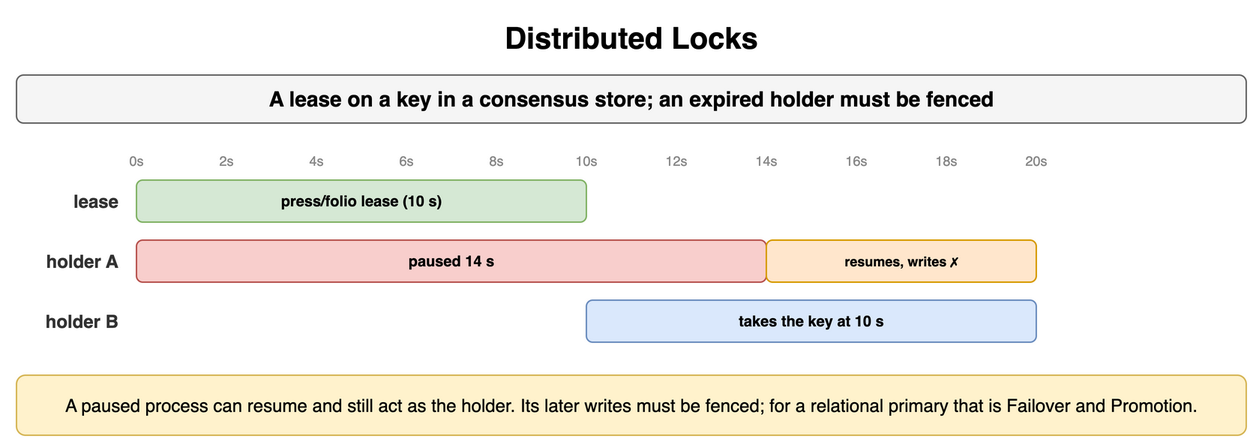
Before: content/09_System_Design_Interview/16_Transactions_and_Concurrency_Control/diagrams/transactions-8-distributed-locks.png, a diagram exported from draw.io (amendez13/swe-study-guide). Source tidied: cells renumbered, new cells last; positions are measured from the earlier drawing's top-left corner, leaving out a move shared by most shapes. Its diagram source:
```xml
<mxGraphModel>
  <root>
    <mxCell id="0" />
    <mxCell id="1" parent="0" />
    <mxCell id="2" value="Distributed Locks" style="text;html=1;align=center;verticalAlign=middle;whiteSpace=wrap;fontSize=20;fontStyle=1;" parent="1" vertex="1">
      <mxGeometry width="820" height="30" as="geometry" />
    </mxCell>
    <mxCell id="3" value="A lease on a key in a consensus store; an expired holder must be fenced" style="rounded=1;whiteSpace=wrap;html=1;fillColor=#f5f5f5;strokeColor=#666666;fontStyle=1;fontSize=14;" parent="1" vertex="1">
      <mxGeometry y="40" width="820" height="32" as="geometry" />
    </mxCell>
    <mxCell id="4" value="0s" style="text;html=1;whiteSpace=wrap;fontSize=11;align=center;verticalAlign=middle;fontSize=9;fontColor=#888;" parent="1" vertex="1">
      <mxGeometry x="68" y="90" width="24" height="14" as="geometry" />
    </mxCell>
    <mxCell id="5" value="2s" style="text;html=1;whiteSpace=wrap;fontSize=11;align=center;verticalAlign=middle;fontSize=9;fontColor=#888;" parent="1" vertex="1">
      <mxGeometry x="128" y="90" width="24" height="14" as="geometry" />
    </mxCell>
    <mxCell id="6" value="4s" style="text;html=1;whiteSpace=wrap;fontSize=11;align=center;verticalAlign=middle;fontSize=9;fontColor=#888;" parent="1" vertex="1">
      <mxGeometry x="188" y="90" width="24" height="14" as="geometry" />
    </mxCell>
    <mxCell id="7" value="6s" style="text;html=1;whiteSpace=wrap;fontSize=11;align=center;verticalAlign=middle;fontSize=9;fontColor=#888;" parent="1" vertex="1">
      <mxGeometry x="248" y="90" width="24" height="14" as="geometry" />
    </mxCell>
    <mxCell id="8" value="8s" style="text;html=1;whiteSpace=wrap;fontSize=11;align=center;verticalAlign=middle;fontSize=9;fontColor=#888;" parent="1" vertex="1">
      <mxGeometry x="308" y="90" width="24" height="14" as="geometry" />
    </mxCell>
    <mxCell id="9" value="10s" style="text;html=1;whiteSpace=wrap;fontSize=11;align=center;verticalAlign=middle;fontSize=9;fontColor=#888;" parent="1" vertex="1">
      <mxGeometry x="368" y="90" width="24" height="14" as="geometry" />
    </mxCell>
    <mxCell id="10" value="12s" style="text;html=1;whiteSpace=wrap;fontSize=11;align=center;verticalAlign=middle;fontSize=9;fontColor=#888;" parent="1" vertex="1">
      <mxGeometry x="428" y="90" width="24" height="14" as="geometry" />
    </mxCell>
    <mxCell id="11" value="14s" style="text;html=1;whiteSpace=wrap;fontSize=11;align=center;verticalAlign=middle;fontSize=9;fontColor=#888;" parent="1" vertex="1">
      <mxGeometry x="488" y="90" width="24" height="14" as="geometry" />
    </mxCell>
    <mxCell id="12" value="16s" style="text;html=1;whiteSpace=wrap;fontSize=11;align=center;verticalAlign=middle;fontSize=9;fontColor=#888;" parent="1" vertex="1">
      <mxGeometry x="548" y="90" width="24" height="14" as="geometry" />
    </mxCell>
    <mxCell id="13" value="18s" style="text;html=1;whiteSpace=wrap;fontSize=11;align=center;verticalAlign=middle;fontSize=9;fontColor=#888;" parent="1" vertex="1">
      <mxGeometry x="608" y="90" width="24" height="14" as="geometry" />
    </mxCell>
    <mxCell id="14" value="20s" style="text;html=1;whiteSpace=wrap;fontSize=11;align=center;verticalAlign=middle;fontSize=9;fontColor=#888;" parent="1" vertex="1">
      <mxGeometry x="668" y="90" width="24" height="14" as="geometry" />
    </mxCell>
    <mxCell id="15" value="lease" style="text;html=1;whiteSpace=wrap;fontSize=11;align=right;verticalAlign=middle;fontSize=12;fontColor=#333333;fontStyle=1;" parent="1" vertex="1">
      <mxGeometry y="110" width="70" height="28" as="geometry" />
    </mxCell>
    <mxCell id="16" value="press/folio lease (10 s)" style="rounded=1;whiteSpace=wrap;html=1;fillColor=#d5e8d4;strokeColor=#82b366;fontSize=10;align=center;fontStyle=1;" parent="1" vertex="1">
      <mxGeometry x="80" y="110" width="300" height="28" as="geometry" />
    </mxCell>
    <mxCell id="17" value="holder A" style="text;html=1;whiteSpace=wrap;fontSize=11;align=right;verticalAlign=middle;fontSize=12;fontColor=#333333;fontStyle=1;" parent="1" vertex="1">
      <mxGeometry y="150" width="70" height="28" as="geometry" />
    </mxCell>
    <mxCell id="18" value="paused 14 s" style="rounded=1;whiteSpace=wrap;html=1;fillColor=#f8cecc;strokeColor=#b85450;fontSize=10;align=center;fontStyle=1;" parent="1" vertex="1">
      <mxGeometry x="80" y="150" width="420" height="28" as="geometry" />
    </mxCell>
    <mxCell id="19" value="resumes, writes ✗" style="rounded=1;whiteSpace=wrap;html=1;fillColor=#ffe6cc;strokeColor=#d79b00;fontSize=9;align=center;fontStyle=1;" parent="1" vertex="1">
      <mxGeometry x="500" y="150" width="180" height="28" as="geometry" />
    </mxCell>
    <mxCell id="20" value="holder B" style="text;html=1;whiteSpace=wrap;fontSize=11;align=right;verticalAlign=middle;fontSize=12;fontColor=#333333;fontStyle=1;" parent="1" vertex="1">
      <mxGeometry y="190" width="70" height="28" as="geometry" />
    </mxCell>
    <mxCell id="21" value="takes the key at 10 s" style="rounded=1;whiteSpace=wrap;html=1;fillColor=#dae8fc;strokeColor=#6c8ebf;fontSize=10;align=center;fontStyle=1;" parent="1" vertex="1">
      <mxGeometry x="380" y="190" width="300" height="28" as="geometry" />
    </mxCell>
    <mxCell id="22" value="A paused process can resume and still act as the holder. Its later writes must be fenced; for a relational primary that is Failover and Promotion." style="rounded=1;whiteSpace=wrap;html=1;fillColor=#fff2cc;strokeColor=#d6b656;fontSize=12;align=center;" parent="1" vertex="1">
      <mxGeometry y="240" width="820" height="40" as="geometry" />
    </mxCell>
  </root>
</mxGraphModel>
```
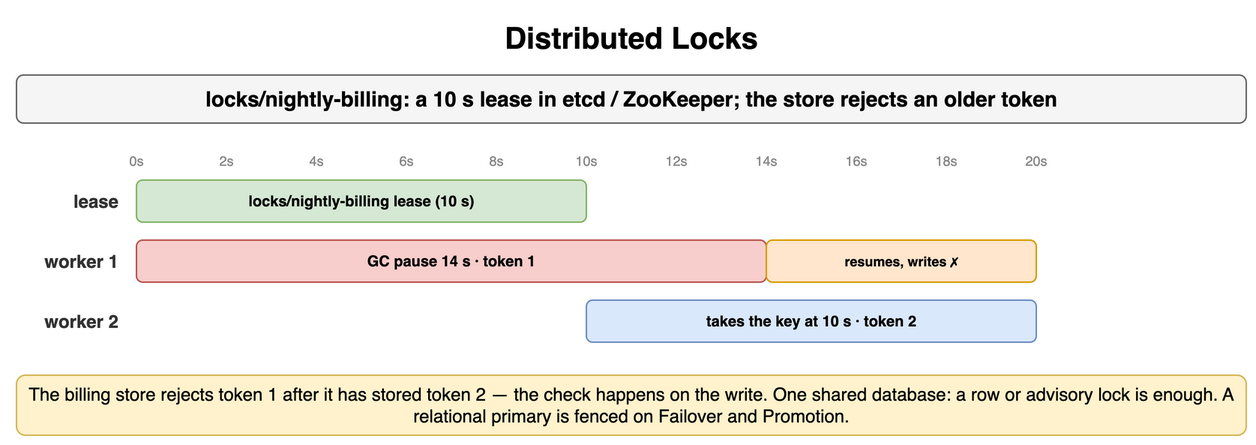
The same diagram one commit later.

The edit, as a diff of the source:
```diff
@@ -5,7 +5,7 @@
     <mxCell id="2" value="Distributed Locks" style="text;html=1;align=center;verticalAlign=middle;whiteSpace=wrap;fontSize=20;fontStyle=1;" parent="1" vertex="1">
       <mxGeometry width="820" height="30" as="geometry" />
     </mxCell>
-    <mxCell id="3" value="A lease on a key in a consensus store; an expired holder must be fenced" style="rounded=1;whiteSpace=wrap;html=1;fillColor=#f5f5f5;strokeColor=#666666;fontStyle=1;fontSize=14;" parent="1" vertex="1">
+    <mxCell id="3" value="locks/nightly-billing: a 10 s lease in etcd / ZooKeeper; the store rejects an older token" style="rounded=1;whiteSpace=wrap;html=1;fillColor=#f5f5f5;strokeColor=#666666;fontStyle=1;fontSize=14;" parent="1" vertex="1">
       <mxGeometry y="40" width="820" height="32" as="geometry" />
     </mxCell>
     <mxCell id="4" value="0s" style="text;html=1;whiteSpace=wrap;fontSize=11;align=center;verticalAlign=middle;fontSize=9;fontColor=#888;" parent="1" vertex="1">
@@ -44,25 +44,25 @@
     <mxCell id="15" value="lease" style="text;html=1;whiteSpace=wrap;fontSize=11;align=right;verticalAlign=middle;fontSize=12;fontColor=#333333;fontStyle=1;" parent="1" vertex="1">
       <mxGeometry y="110" width="70" height="28" as="geometry" />
     </mxCell>
-    <mxCell id="16" value="press/folio lease (10 s)" style="rounded=1;whiteSpace=wrap;html=1;fillColor=#d5e8d4;strokeColor=#82b366;fontSize=10;align=center;fontStyle=1;" parent="1" vertex="1">
+    <mxCell id="16" value="locks/nightly-billing lease (10 s)" style="rounded=1;whiteSpace=wrap;html=1;fillColor=#d5e8d4;strokeColor=#82b366;fontSize=10;align=center;fontStyle=1;" parent="1" vertex="1">
       <mxGeometry x="80" y="110" width="300" height="28" as="geometry" />
     </mxCell>
-    <mxCell id="17" value="holder A" style="text;html=1;whiteSpace=wrap;fontSize=11;align=right;verticalAlign=middle;fontSize=12;fontColor=#333333;fontStyle=1;" parent="1" vertex="1">
+    <mxCell id="17" value="worker 1" style="text;html=1;whiteSpace=wrap;fontSize=11;align=right;verticalAlign=middle;fontSize=12;fontColor=#333333;fontStyle=1;" parent="1" vertex="1">
       <mxGeometry y="150" width="70" height="28" as="geometry" />
     </mxCell>
-    <mxCell id="18" value="paused 14 s" style="rounded=1;whiteSpace=wrap;html=1;fillColor=#f8cecc;strokeColor=#b85450;fontSize=10;align=center;fontStyle=1;" parent="1" vertex="1">
+    <mxCell id="18" value="GC pause 14 s · token 1" style="rounded=1;whiteSpace=wrap;html=1;fillColor=#f8cecc;strokeColor=#b85450;fontSize=10;align=center;fontStyle=1;" parent="1" vertex="1">
       <mxGeometry x="80" y="150" width="420" height="28" as="geometry" />
     </mxCell>
     <mxCell id="19" value="resumes, writes ✗" style="rounded=1;whiteSpace=wrap;html=1;fillColor=#ffe6cc;strokeColor=#d79b00;fontSize=9;align=center;fontStyle=1;" parent="1" vertex="1">
       <mxGeometry x="500" y="150" width="180" height="28" as="geometry" />
     </mxCell>
-    <mxCell id="20" value="holder B" style="text;html=1;whiteSpace=wrap;fontSize=11;align=right;verticalAlign=middle;fontSize=12;fontColor=#333333;fontStyle=1;" parent="1" vertex="1">
+    <mxCell id="20" value="worker 2" style="text;html=1;whiteSpace=wrap;fontSize=11;align=right;verticalAlign=middle;fontSize=12;fontColor=#333333;fontStyle=1;" parent="1" vertex="1">
       <mxGeometry y="190" width="70" height="28" as="geometry" />
     </mxCell>
-    <mxCell id="21" value="takes the key at 10 s" style="rounded=1;whiteSpace=wrap;html=1;fillColor=#dae8fc;strokeColor=#6c8ebf;fontSize=10;align=center;fontStyle=1;" parent="1" vertex="1">
+    <mxCell id="21" value="takes the key at 10 s · token 2" style="rounded=1;whiteSpace=wrap;html=1;fillColor=#dae8fc;strokeColor=#6c8ebf;fontSize=10;align=center;fontStyle=1;" parent="1" vertex="1">
       <mxGeometry x="380" y="190" width="300" height="28" as="geometry" />
     </mxCell>
-    <mxCell id="22" value="A paused process can resume and still act as the holder. Its later writes must be fenced; for a relational primary that is Failover and Promotion." style="rounded=1;whiteSpace=wrap;html=1;fillColor=#fff2cc;strokeColor=#d6b656;fontSize=12;align=center;" parent="1" vertex="1">
+    <mxCell id="22" value="The billing store rejects token 1 after it has stored token 2 — the check happens on the write. One shared database: a row or advisory lock is enough. A relational primary is fenced on Failover and Promotion." style="rounded=1;whiteSpace=wrap;html=1;fillColor=#fff2cc;strokeColor=#d6b656;fontSize=12;align=center;" parent="1" vertex="1">
       <mxGeometry y="240" width="820" height="40" as="geometry" />
     </mxCell>
   </root>
```
